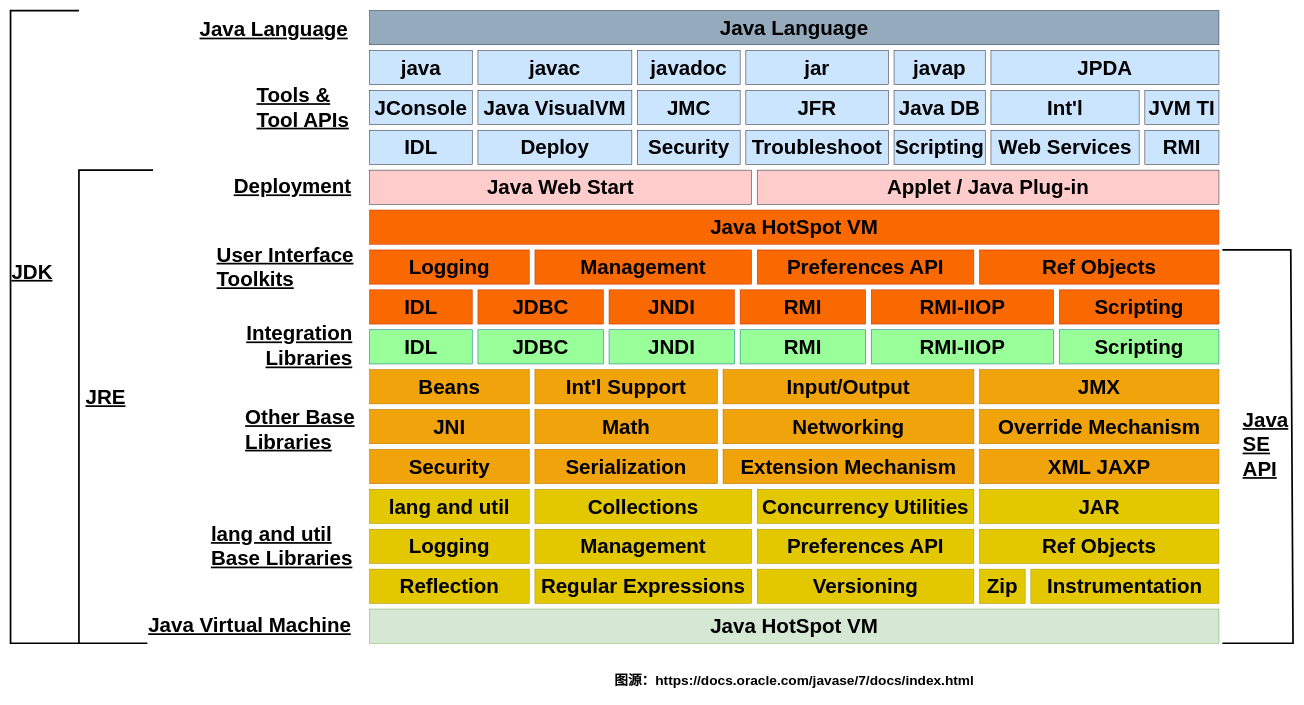
The draw.io diagram java-road-map/Java开发知识结构.drawio in zhuyee/draw, before the edit. Source tidied: cells renumbered, new cells numbered last; positions are measured from the earlier drawing's top-left corner, leaving out a move shared by most shapes. Both pictures are drawn from the tidied source at 57%, with x=0, y=0 at pixel (10, 10).
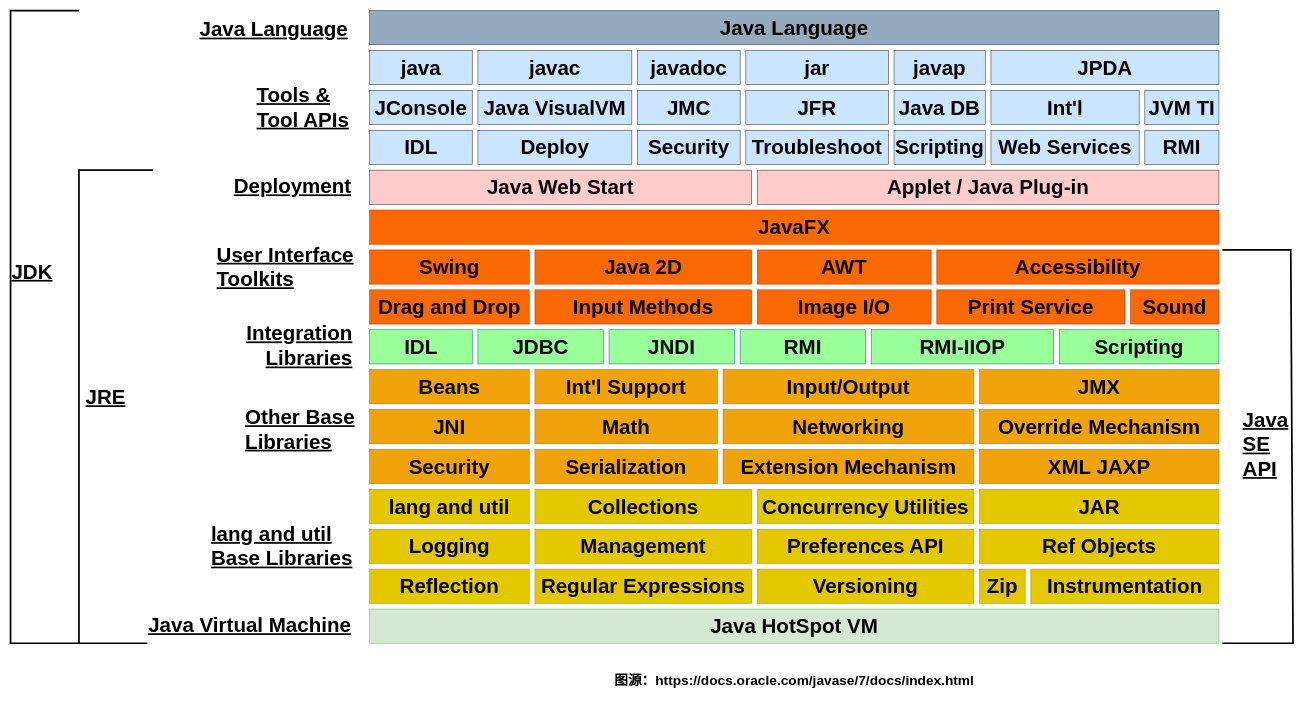
The same diagram, later.

Commit message:
fix 更新几处重复模块

Change to the diagram source:
```diff
@@
-    <mxCell id="39" value="&lt;a href=&quot;https://docs.oracle.com/javase/7/docs/technotes/guides/idl/index.html&quot; class=&quot;atext&quot; alt=&quot;Interfaces defined in CORBA Interface Definition Language&quot; style=&quot;color: rgb(0, 0, 0); font-family: Arial, Helvetica, sans-serif; font-weight: bold; text-decoration-line: none;&quot;&gt;IDL&lt;/a&gt;" style="rounded=0;whiteSpace=wrap;html=1;fontSize=36;fillColor=#fa6800;strokeColor=#C73500;fontColor=#000000;" parent="1" vertex="1">
-      <mxGeometry x="630" y="490" width="180" height="60" as="geometry" />
-    </mxCell>
-    <mxCell id="40" value="&lt;a href=&quot;https://docs.oracle.com/javase/7/docs/technotes/guides/rmi-iiop/index.html&quot; class=&quot;atext&quot; alt=&quot;RMI interfaces using IIOP as the underlying transport&quot; style=&quot;color: rgb(0, 0, 0); font-family: Arial, Helvetica, sans-serif; font-weight: bold; text-decoration-line: none;&quot;&gt;RMI-IIOP&lt;/a&gt;" style="rounded=0;whiteSpace=wrap;html=1;fontSize=36;fillColor=#fa6800;strokeColor=#C73500;fontColor=#000000;" parent="1" vertex="1">
-      <mxGeometry x="1510" y="490" width="320" height="60" as="geometry" />
+    <mxCell id="40" value="&lt;a style=&quot;color: rgb(0, 0, 0); font-family: Arial, Helvetica, sans-serif; font-weight: bold; text-decoration-line: none;&quot; alt=&quot;API for printing&quot; class=&quot;atext&quot; href=&quot;https://docs.oracle.com/javase/7/docs/technotes/guides/jps/index.html&quot;&gt;Print Service&lt;/a&gt;" style="rounded=0;whiteSpace=wrap;html=1;fontSize=36;fillColor=#fa6800;strokeColor=#C73500;fontColor=#000000;" parent="1" vertex="1">
+      <mxGeometry x="1625" y="490" width="330" height="60" as="geometry" />
     </mxCell>
-    <mxCell id="41" value="&lt;a href=&quot;https://docs.oracle.com/javase/7/docs/technotes/guides/scripting/index.html&quot; class=&quot;atext&quot; alt=&quot;Scripting for the Java Platform&quot; style=&quot;color: rgb(0, 0, 0); font-family: Arial, Helvetica, sans-serif; font-weight: bold; text-decoration-line: none;&quot;&gt;Scripting&lt;/a&gt;" style="rounded=0;whiteSpace=wrap;html=1;fontSize=36;fillColor=#fa6800;strokeColor=#C73500;fontColor=#000000;" parent="1" vertex="1">
-      <mxGeometry x="1840" y="490" width="280" height="60" as="geometry" />
+    <mxCell id="41" value="&lt;a style=&quot;color: rgb(0, 0, 0); font-family: Arial, Helvetica, sans-serif; font-weight: bold; text-decoration-line: none;&quot; alt=&quot;API for capturing, processing, and playing back audio and MIDI data&quot; class=&quot;atext&quot; href=&quot;https://docs.oracle.com/javase/7/docs/technotes/guides/sound/index.html&quot;&gt;Sound&lt;/a&gt;" style="rounded=0;whiteSpace=wrap;html=1;fontSize=36;fillColor=#fa6800;strokeColor=#C73500;fontColor=#000000;" parent="1" vertex="1">
+      <mxGeometry x="1965" y="490" width="155" height="60" as="geometry" />
     </mxCell>
-    <mxCell id="42" value="&lt;a href=&quot;https://docs.oracle.com/javase/7/docs/technotes/guides/jdbc/index.html&quot; class=&quot;atext&quot; alt=&quot;Java Database Connectivity&quot; style=&quot;color: rgb(0, 0, 0); font-family: Arial, Helvetica, sans-serif; font-weight: bold; text-decoration-line: none;&quot;&gt;JDBC&lt;/a&gt;" style="rounded=0;whiteSpace=wrap;html=1;fontSize=36;fillColor=#fa6800;strokeColor=#C73500;fontColor=#000000;" parent="1" vertex="1">
-      <mxGeometry x="820" y="490" width="220" height="60" as="geometry" />
-    </mxCell>
-    <mxCell id="43" value="&lt;a href=&quot;https://docs.oracle.com/javase/7/docs/technotes/guides/jndi/index.html&quot; class=&quot;atext&quot; alt=&quot;Java Naming and Directory Interface&quot; style=&quot;color: rgb(0, 0, 0); font-family: Arial, Helvetica, sans-serif; font-weight: bold; text-decoration-line: none;&quot;&gt;JNDI&lt;/a&gt;" style="rounded=0;whiteSpace=wrap;html=1;fontSize=36;fillColor=#fa6800;strokeColor=#C73500;fontColor=#000000;" parent="1" vertex="1">
-      <mxGeometry x="1050" y="490" width="220" height="60" as="geometry" />
-    </mxCell>
-    <mxCell id="44" value="&lt;a href=&quot;https://docs.oracle.com/javase/7/docs/technotes/guides/rmi/index.html&quot; class=&quot;atext&quot; alt=&quot;Remote Method Invocation&quot; style=&quot;color: rgb(0, 0, 0); font-family: Arial, Helvetica, sans-serif; font-weight: bold; text-decoration-line: none;&quot;&gt;RMI&lt;/a&gt;" style="rounded=0;whiteSpace=wrap;html=1;fontSize=36;fillColor=#fa6800;strokeColor=#C73500;fontColor=#000000;" parent="1" vertex="1">
-      <mxGeometry x="1280" y="490" width="220" height="60" as="geometry" />
-    </mxCell>
-    <mxCell id="45" value="&lt;a alt=&quot;Logging features&quot; href=&quot;https://docs.oracle.com/javase/7/docs/technotes/guides/logging/index.html&quot; class=&quot;atext&quot; style=&quot;color: rgb(0, 0, 0); font-family: Arial, Helvetica, sans-serif; font-weight: bold; text-decoration-line: none;&quot;&gt;Logging&lt;/a&gt;" style="rounded=0;whiteSpace=wrap;html=1;fontSize=36;fillColor=#fa6800;strokeColor=#C73500;fontColor=#000000;" parent="1" vertex="1">
+    <mxCell id="45" value="&lt;a style=&quot;color: rgb(0, 0, 0); font-family: Arial, Helvetica, sans-serif; font-weight: bold; text-decoration-line: none;&quot; alt=&quot;GUI components for creating graphical user interfaces with pluggable look and feel&quot; class=&quot;atext&quot; href=&quot;https://docs.oracle.com/javase/7/docs/technotes/guides/swing/index.html&quot;&gt;Swing&lt;/a&gt;" style="rounded=0;whiteSpace=wrap;html=1;fontSize=36;fillColor=#fa6800;strokeColor=#C73500;fontColor=#000000;" parent="1" vertex="1">
       <mxGeometry x="630" y="420" width="280" height="60" as="geometry" />
     </mxCell>
-    <mxCell id="46" value="&lt;a href=&quot;https://docs.oracle.com/javase/7/docs/technotes/guides/management/index.html&quot; class=&quot;atext&quot; alt=&quot;Java virtual machine monitoring and management&quot; style=&quot;color: rgb(0, 0, 0); font-family: Arial, Helvetica, sans-serif; font-weight: bold; text-decoration-line: none;&quot;&gt;Management&lt;/a&gt;" style="rounded=0;whiteSpace=wrap;html=1;fontSize=36;fillColor=#fa6800;strokeColor=#C73500;fontColor=#000000;" parent="1" vertex="1">
+    <mxCell id="46" value="&lt;a style=&quot;color: rgb(0, 0, 0); font-family: Arial, Helvetica, sans-serif; font-weight: bold; text-decoration-line: none;&quot; alt=&quot;Incorporate high-quality 2D graphics, text and images&quot; class=&quot;atext&quot; href=&quot;https://docs.oracle.com/javase/7/docs/technotes/guides/2d/index.html&quot;&gt;Java 2D&lt;/a&gt;" style="rounded=0;whiteSpace=wrap;html=1;fontSize=36;fillColor=#fa6800;strokeColor=#C73500;fontColor=#000000;" parent="1" vertex="1">
       <mxGeometry x="920" y="420" width="380" height="60" as="geometry" />
     </mxCell>
-    <mxCell id="47" value="&lt;a alt=&quot;Preferences&quot; href=&quot;https://docs.oracle.com/javase/7/docs/technotes/guides/preferences/index.html&quot; class=&quot;atext&quot; style=&quot;color: rgb(0, 0, 0); font-family: Arial, Helvetica, sans-serif; font-weight: bold; text-decoration-line: none;&quot;&gt;Preferences API&lt;/a&gt;" style="rounded=0;whiteSpace=wrap;html=1;fontSize=36;fillColor=#fa6800;strokeColor=#C73500;fontColor=#000000;" parent="1" vertex="1">
-      <mxGeometry x="1310" y="420" width="380" height="60" as="geometry" />
+    <mxCell id="47" value="&lt;a style=&quot;color: rgb(0, 0, 0); font-family: Arial, Helvetica, sans-serif; font-weight: bold; text-decoration-line: none;&quot; alt=&quot;Abstract Window Toolkit for graphical user interface programming&quot; class=&quot;atext&quot; href=&quot;https://docs.oracle.com/javase/7/docs/technotes/guides/awt/index.html&quot;&gt;AWT&lt;/a&gt;" style="rounded=0;whiteSpace=wrap;html=1;fontSize=36;fillColor=#fa6800;strokeColor=#C73500;fontColor=#000000;" parent="1" vertex="1">
+      <mxGeometry x="1310" y="420" width="305" height="60" as="geometry" />
     </mxCell>
-    <mxCell id="48" value="&lt;a alt=&quot;Reference Objects API&quot; href=&quot;https://docs.oracle.com/javase/7/docs/api/java/lang/ref/package-summary.html&quot; class=&quot;atext&quot; style=&quot;color: rgb(0, 0, 0); font-family: Arial, Helvetica, sans-serif; font-weight: bold; text-decoration-line: none;&quot;&gt;Ref Objects&lt;/a&gt;" style="rounded=0;whiteSpace=wrap;html=1;fontSize=36;fillColor=#fa6800;strokeColor=#C73500;fontColor=#000000;" parent="1" vertex="1">
-      <mxGeometry x="1700" y="420" width="420" height="60" as="geometry" />
+    <mxCell id="48" value="&lt;a style=&quot;color: rgb(0, 0, 0); font-family: Arial, Helvetica, sans-serif; font-weight: bold; text-decoration-line: none;&quot; alt=&quot;Enable assistive technologies for user interfaces&quot; class=&quot;atext&quot; href=&quot;https://docs.oracle.com/javase/7/docs/technotes/guides/access/index.html&quot;&gt;Accessibility&lt;/a&gt;" style="rounded=0;whiteSpace=wrap;html=1;fontSize=36;fillColor=#fa6800;strokeColor=#C73500;fontColor=#000000;" parent="1" vertex="1">
+      <mxGeometry x="1625" y="420" width="495" height="60" as="geometry" />
     </mxCell>
@@
-    <mxCell id="53" value="&lt;a alt=&quot;Java HotSpot VM&quot; href=&quot;https://docs.oracle.com/javase/7/docs/technotes/guides/vm/index.html&quot; class=&quot;atext&quot; style=&quot;color: rgb(0, 0, 0); font-family: Arial, Helvetica, sans-serif; font-weight: bold; text-decoration-line: none; font-size: 36px;&quot;&gt;Java HotSpot VM&lt;/a&gt;" style="rounded=0;whiteSpace=wrap;html=1;fillColor=#fa6800;strokeColor=#C73500;verticalAlign=middle;fontColor=#000000;" parent="1" vertex="1">
+    <mxCell id="53" value="&lt;a style=&quot;color: rgb(0, 0, 0); font-family: Arial, Helvetica, sans-serif; font-weight: bold; text-decoration-line: none; font-size: 36px;&quot; alt=&quot;Set of graphics and media API that simplify development of data-driven enterprise client applications.&quot; class=&quot;atext&quot; href=&quot;http://docs.oracle.com/javafx/2/&quot;&gt;JavaFX&lt;/a&gt;" style="rounded=0;whiteSpace=wrap;html=1;fillColor=#fa6800;strokeColor=#C73500;verticalAlign=middle;fontColor=#000000;" parent="1" vertex="1">
       <mxGeometry x="630" y="350" width="1490" height="60" as="geometry" />
     </mxCell>
@@
+    <mxCell id="84" value="&lt;a style=&quot;color: rgb(0, 0, 0); font-family: Arial, Helvetica, sans-serif; font-weight: bold; text-decoration-line: none;&quot; alt=&quot;Drag and drop support between Java applications and native applications&quot; class=&quot;atext&quot; href=&quot;https://docs.oracle.com/javase/7/docs/technotes/guides/dragndrop/index.html&quot;&gt;Drag and Drop&lt;/a&gt;" style="rounded=0;whiteSpace=wrap;html=1;fontSize=36;fillColor=#fa6800;strokeColor=#C73500;fontColor=#000000;" parent="1" vertex="1">
+      <mxGeometry x="630" y="490" width="280" height="60" as="geometry" />
+    </mxCell>
+    <mxCell id="85" value="&lt;a style=&quot;color: rgb(0, 0, 0); font-family: Arial, Helvetica, sans-serif; font-weight: bold; text-decoration-line: none;&quot; alt=&quot;Input Method Framework for text editing components and input methods&quot; class=&quot;atext&quot; href=&quot;https://docs.oracle.com/javase/7/docs/technotes/guides/imf/index.html&quot;&gt;Input Methods&lt;/a&gt;" style="rounded=0;whiteSpace=wrap;html=1;fontSize=36;fillColor=#fa6800;strokeColor=#C73500;fontColor=#000000;" parent="1" vertex="1">
+      <mxGeometry x="920" y="490" width="380" height="60" as="geometry" />
+    </mxCell>
+    <mxCell id="86" value="&lt;a style=&quot;color: rgb(0, 0, 0); font-family: Arial, Helvetica, sans-serif; font-weight: bold; text-decoration-line: none;&quot; alt=&quot;Pluggable architecture for images accessed across a network&quot; class=&quot;atext&quot; href=&quot;https://docs.oracle.com/javase/7/docs/technotes/guides/imageio/index.html&quot;&gt;Image I/O&lt;/a&gt;" style="rounded=0;whiteSpace=wrap;html=1;fontSize=36;fillColor=#fa6800;strokeColor=#C73500;fontColor=#000000;" parent="1" vertex="1">
+      <mxGeometry x="1310" y="490" width="305" height="60" as="geometry" />
+    </mxCell>
```
